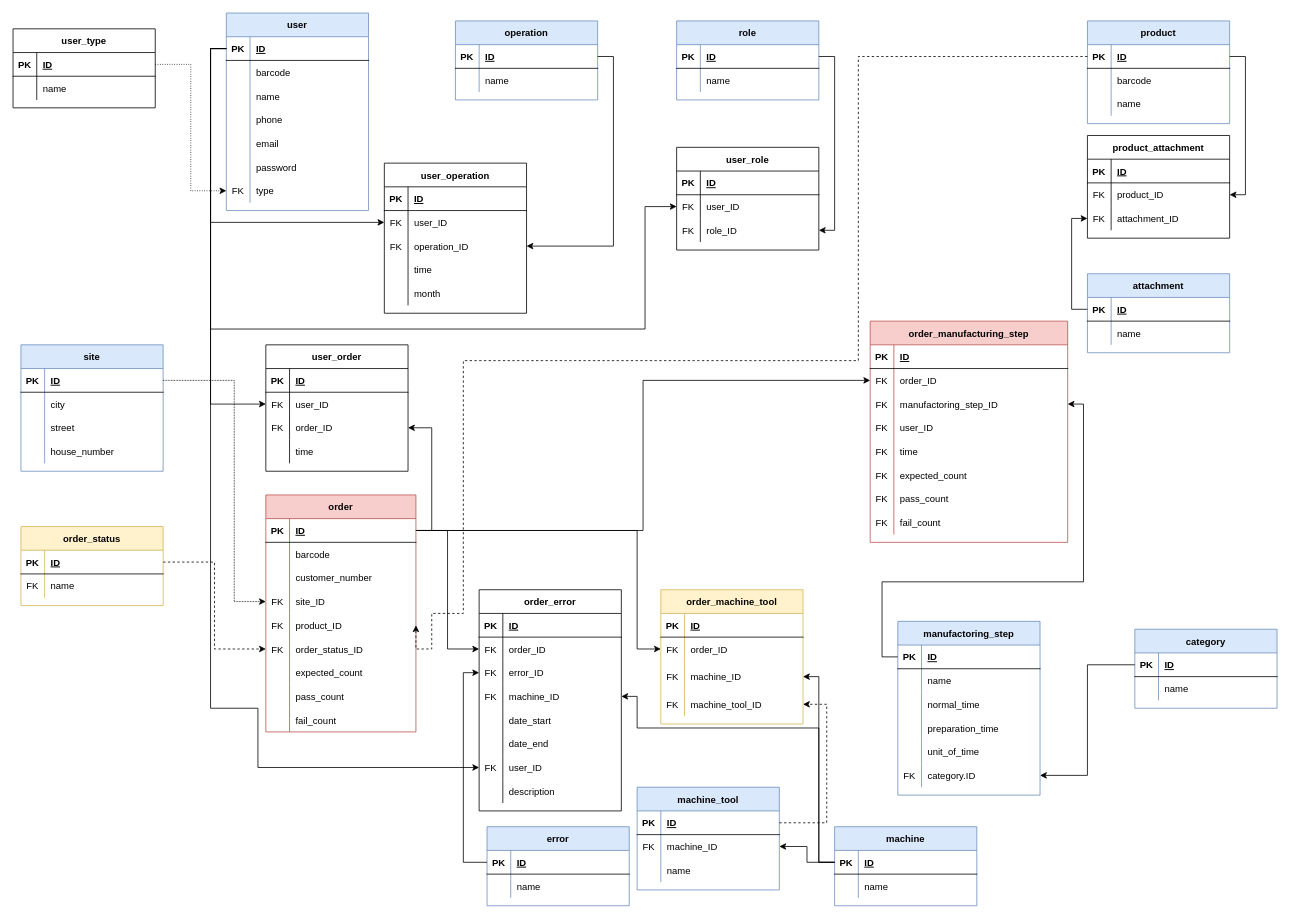
KerteszZoltan/mesterminal keeps this draw.io diagram as DOC/diagrams/database_plan_2_0_0.drawio. Above is the earlier version. Source tidied: cells renumbered, new cells numbered last; positions are measured from the earlier drawing's top-left corner, leaving out a move shared by most shapes. Both pictures are drawn from the tidied source at 79%, with x=0, y=0 at pixel (13, 13).
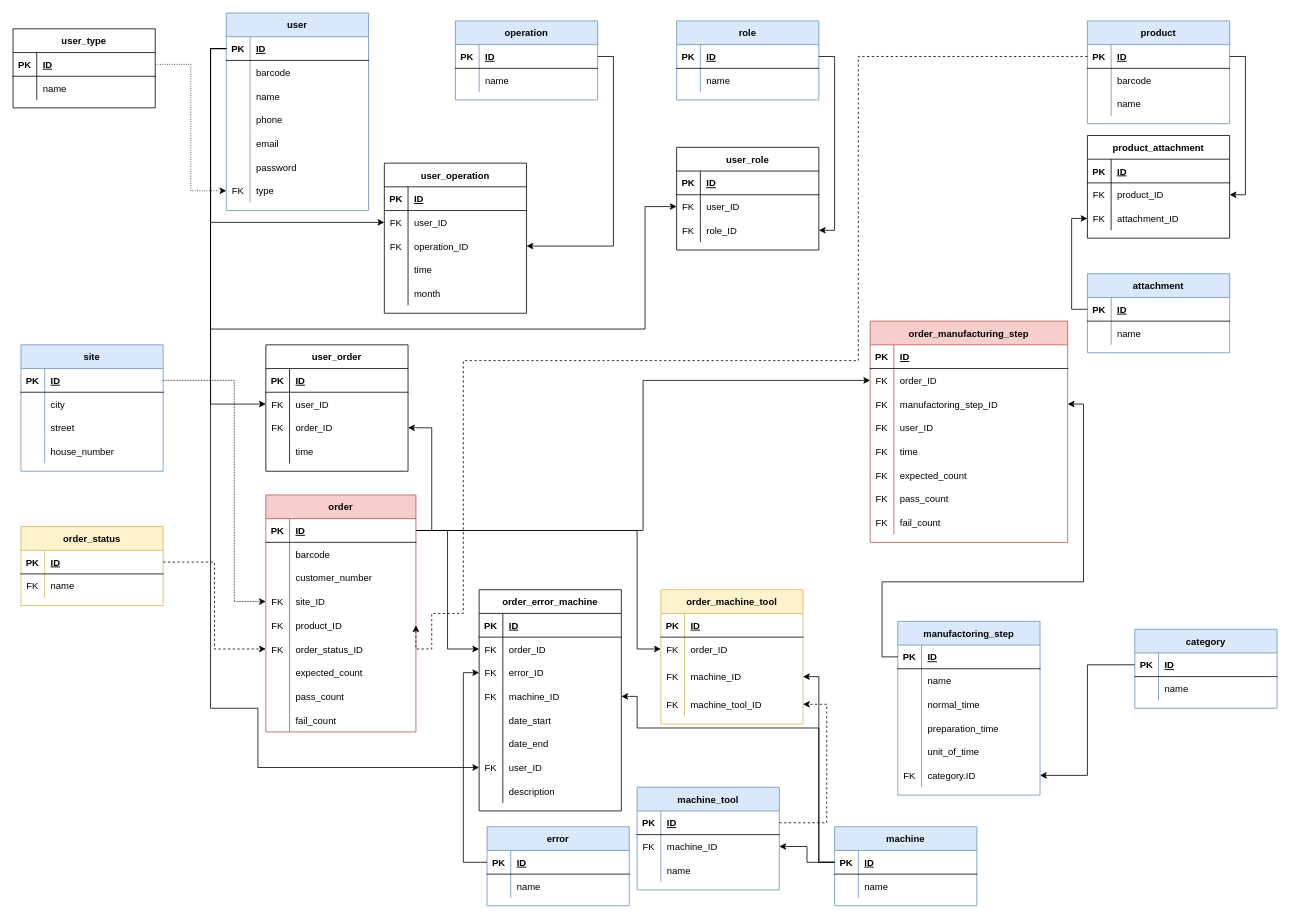
After the change.

Commit message:
order_error rename order_error_machine

The edit, as a diff of the source:
```diff
@@
-    <mxCell id="118" value="order_error" style="shape=table;startSize=30;childLayout=tableLayout;rowLines=0;fontStyle=1;align=center;" parent="1" vertex="1">
+    <mxCell id="118" value="order_error_machine" style="shape=table;startSize=30;childLayout=tableLayout;rowLines=0;fontStyle=1;align=center;" parent="1" vertex="1">
       <mxGeometry x="590" y="730" width="180" height="280" as="geometry" />
     </mxCell>
```
